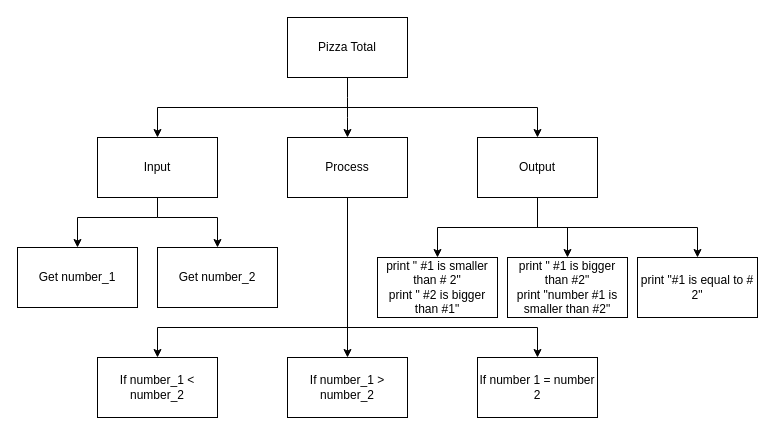
The draw.io diagram Draw.io/topdown.drawio in Peter-Gemmell/ICS3U-Assignment-3-Python, before the edit. Source tidied: cells renumbered, new cells numbered last; positions are measured from the earlier drawing's top-left corner, leaving out a move shared by most shapes. Both pictures are drawn from the tidied source at 100%, with x=0, y=0 at pixel (17, 17).
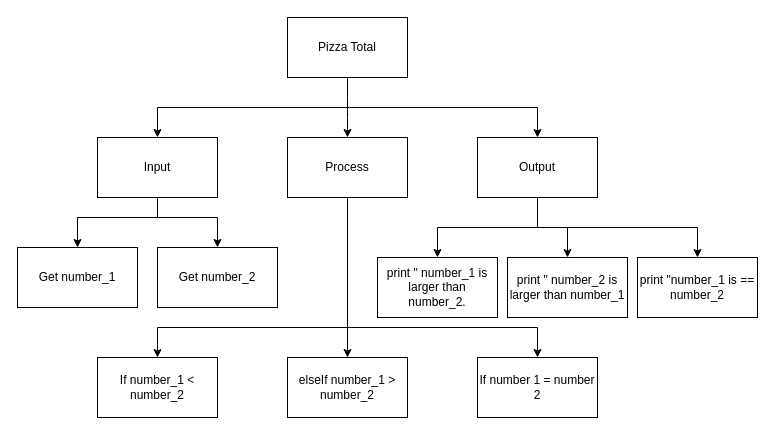
Above is the later version.

The edit, as a diff of the source:
```diff
@@
-    <mxCell id="18" value="print &quot; #1 is smaller than # 2&quot;&lt;br&gt;print &quot; #2 is bigger than #1&quot;" style="rounded=0;whiteSpace=wrap;html=1;" parent="1" vertex="1">
+    <mxCell id="18" value="&lt;span&gt;print &quot; number_1 is larger than number_2.&lt;/span&gt;" style="rounded=0;whiteSpace=wrap;html=1;" parent="1" vertex="1">
       <mxGeometry x="360" y="240" width="120" height="60" as="geometry" />
     </mxCell>
-    <mxCell id="19" value="If number_1 &amp;gt; number_2" style="rounded=0;whiteSpace=wrap;html=1;" parent="1" vertex="1">
+    <mxCell id="19" value="elseIf number_1 &amp;gt; number_2" style="rounded=0;whiteSpace=wrap;html=1;" parent="1" vertex="1">
       <mxGeometry x="270" y="340" width="120" height="60" as="geometry" />
     </mxCell>
@@
-    <mxCell id="23" value="print &quot; #1 is bigger than #2&quot;&lt;br&gt;print &quot;number #1 is smaller than #2&quot;" style="rounded=0;whiteSpace=wrap;html=1;" parent="1" vertex="1">
+    <mxCell id="23" value="&lt;span&gt;print &quot; number_2 is larger than number_1&lt;/span&gt;" style="rounded=0;whiteSpace=wrap;html=1;" parent="1" vertex="1">
       <mxGeometry x="490" y="240" width="120" height="60" as="geometry" />
     </mxCell>
-    <mxCell id="24" value="print &quot;#1 is equal to # 2&quot;" style="rounded=0;whiteSpace=wrap;html=1;" parent="1" vertex="1">
+    <mxCell id="24" value="&lt;span&gt;print &quot;number_1 is == number_2&lt;/span&gt;" style="rounded=0;whiteSpace=wrap;html=1;" parent="1" vertex="1">
       <mxGeometry x="620" y="240" width="120" height="60" as="geometry" />
     </mxCell>
```
